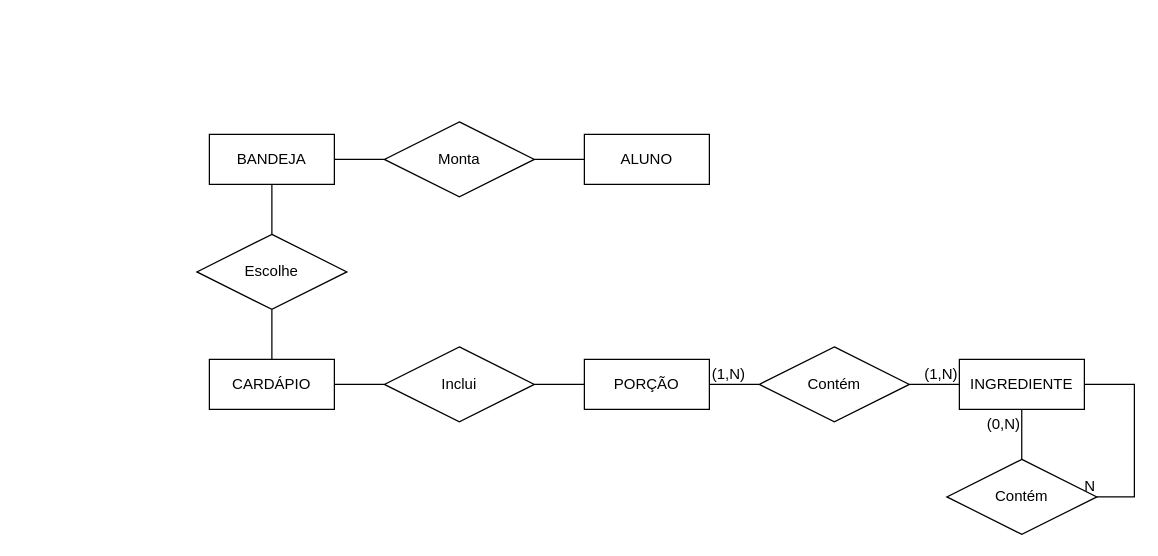
Before: Untitled Diagram.drawio in uniaovasko/vasco, a draw.io diagram. Source tidied: cells renumbered, new cells numbered last; positions are measured from the earlier drawing's top-left corner, leaving out a move shared by most shapes. Both pictures are drawn from the tidied source at 125%, with x=0, y=0 at pixel (196, 121).
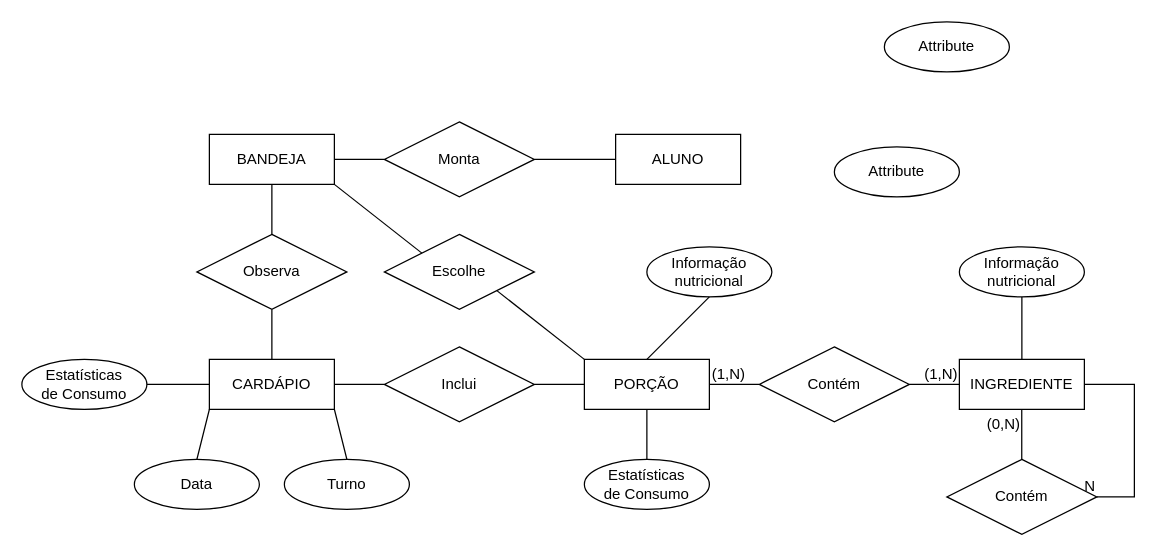
The same diagram, later.

The change refers to these unchanged cells:
```xml
<mxCell id="2" value="CARDÁPIO" style="whiteSpace=wrap;html=1;align=center;" parent="1" vertex="1">
  <mxGeometry x="10" y="190" width="100" height="40" as="geometry" />
</mxCell>
<mxCell id="3" value="BANDEJA" style="whiteSpace=wrap;html=1;align=center;" parent="1" vertex="1">
  <mxGeometry x="10" y="10" width="100" height="40" as="geometry" />
</mxCell>
<mxCell id="5" value="PORÇÃO" style="whiteSpace=wrap;html=1;align=center;" parent="1" vertex="1">
  <mxGeometry x="310" y="190" width="100" height="40" as="geometry" />
</mxCell>
<mxCell id="6" value="INGREDIENTE" style="whiteSpace=wrap;html=1;align=center;" parent="1" vertex="1">
  <mxGeometry x="610" y="190" width="100" height="40" as="geometry" />
</mxCell>
```

Change to the diagram source:
```diff
@@
     <mxCell id="4" value="ALUNO" style="whiteSpace=wrap;html=1;align=center;" parent="1" vertex="1">
-      <mxGeometry x="310" y="10" width="100" height="40" as="geometry" />
+      <mxGeometry x="335" y="10" width="100" height="40" as="geometry" />
     </mxCell>
@@
-    <mxCell id="20" value="Escolhe" style="shape=rhombus;perimeter=rhombusPerimeter;whiteSpace=wrap;html=1;align=center;" parent="1" vertex="1">
+    <mxCell id="20" value="Observa" style="shape=rhombus;perimeter=rhombusPerimeter;whiteSpace=wrap;html=1;align=center;" parent="1" vertex="1">
       <mxGeometry y="90" width="120" height="60" as="geometry" />
     </mxCell>
@@
+    <mxCell id="26" value="Data" style="ellipse;whiteSpace=wrap;html=1;align=center;" parent="1" vertex="1">
+      <mxGeometry x="-50" y="270" width="100" height="40" as="geometry" />
+    </mxCell>
+    <mxCell id="27" value="Turno" style="ellipse;whiteSpace=wrap;html=1;align=center;" parent="1" vertex="1">
+      <mxGeometry x="70" y="270" width="100" height="40" as="geometry" />
+    </mxCell>
+    <mxCell id="28" value="Attribute" style="ellipse;whiteSpace=wrap;html=1;align=center;" parent="1" vertex="1">
+      <mxGeometry x="550" y="-80" width="100" height="40" as="geometry" />
+    </mxCell>
+    <mxCell id="29" value="&lt;div&gt;Estatísticas&lt;/div&gt;&lt;div&gt;de Consumo&lt;br&gt;&lt;/div&gt;" style="ellipse;whiteSpace=wrap;html=1;align=center;" parent="1" vertex="1">
+      <mxGeometry x="-140" y="190" width="100" height="40" as="geometry" />
+    </mxCell>
+    <mxCell id="30" value="Attribute" style="ellipse;whiteSpace=wrap;html=1;align=center;" parent="1" vertex="1">
+      <mxGeometry x="510" y="20" width="100" height="40" as="geometry" />
+    </mxCell>
+    <mxCell id="31" value="Informação nutricional" style="ellipse;whiteSpace=wrap;html=1;align=center;" parent="1" vertex="1">
+      <mxGeometry x="610" y="100" width="100" height="40" as="geometry" />
+    </mxCell>
+    <mxCell id="32" style="endArrow=none;html=1;rounded=0;exitX=0.5;exitY=0;exitDx=0;exitDy=0;entryX=0;entryY=1;entryDx=0;entryDy=0;" parent="1" edge="1" source="26" target="2">
+      <mxGeometry relative="1" as="geometry" />
+    </mxCell>
+    <mxCell id="33" style="endArrow=none;html=1;rounded=0;exitX=0.5;exitY=0;exitDx=0;exitDy=0;entryX=1;entryY=1;entryDx=0;entryDy=0;" parent="1" edge="1" source="27" target="2">
+      <mxGeometry relative="1" as="geometry" />
+    </mxCell>
+    <mxCell id="34" style="endArrow=none;html=1;rounded=0;exitX=0.5;exitY=0;exitDx=0;exitDy=0;entryX=0.5;entryY=1;entryDx=0;entryDy=0;" parent="1" edge="1" source="6" target="31">
+      <mxGeometry relative="1" as="geometry" />
+    </mxCell>
+    <mxCell id="35" style="endArrow=none;html=1;rounded=0;entryX=1;entryY=0.5;entryDx=0;entryDy=0;exitX=0;exitY=0.5;exitDx=0;exitDy=0;" parent="1" edge="1" source="2" target="29">
+      <mxGeometry relative="1" as="geometry" />
+    </mxCell>
+    <mxCell id="36" value="Informação nutricional" style="ellipse;whiteSpace=wrap;html=1;align=center;" parent="1" vertex="1">
+      <mxGeometry x="360" y="100" width="100" height="40" as="geometry" />
+    </mxCell>
+    <mxCell id="37" style="endArrow=none;html=1;rounded=0;exitX=0.5;exitY=1;exitDx=0;exitDy=0;entryX=0.5;entryY=0;entryDx=0;entryDy=0;" parent="1" edge="1" source="36" target="5">
+      <mxGeometry relative="1" as="geometry" />
+    </mxCell>
+    <mxCell id="38" value="&lt;div&gt;Estatísticas&lt;/div&gt;&lt;div&gt;de Consumo&lt;br&gt;&lt;/div&gt;" style="ellipse;whiteSpace=wrap;html=1;align=center;" parent="1" vertex="1">
+      <mxGeometry x="310" y="270" width="100" height="40" as="geometry" />
+    </mxCell>
+    <mxCell id="39" style="endArrow=none;html=1;rounded=0;entryX=0.5;entryY=1;entryDx=0;entryDy=0;exitX=0.5;exitY=0;exitDx=0;exitDy=0;" parent="1" edge="1" source="38" target="5">
+      <mxGeometry relative="1" as="geometry" />
+    </mxCell>
+    <mxCell id="40" value="Escolhe" style="shape=rhombus;perimeter=rhombusPerimeter;whiteSpace=wrap;html=1;align=center;" parent="1" vertex="1">
+      <mxGeometry x="150" y="90" width="120" height="60" as="geometry" />
+    </mxCell>
+    <mxCell id="41" style="endArrow=none;html=1;rounded=0;exitX=1;exitY=1;exitDx=0;exitDy=0;entryX=0;entryY=0;entryDx=0;entryDy=0;" parent="1" edge="1" source="3" target="40">
+      <mxGeometry relative="1" as="geometry" />
+    </mxCell>
+    <mxCell id="42" style="endArrow=none;html=1;rounded=0;exitX=1;exitY=1;exitDx=0;exitDy=0;" parent="1" edge="1" source="40">
+      <mxGeometry relative="1" as="geometry">
+        <mxPoint x="310" y="190" as="targetPoint" />
+      </mxGeometry>
+    </mxCell>
```
